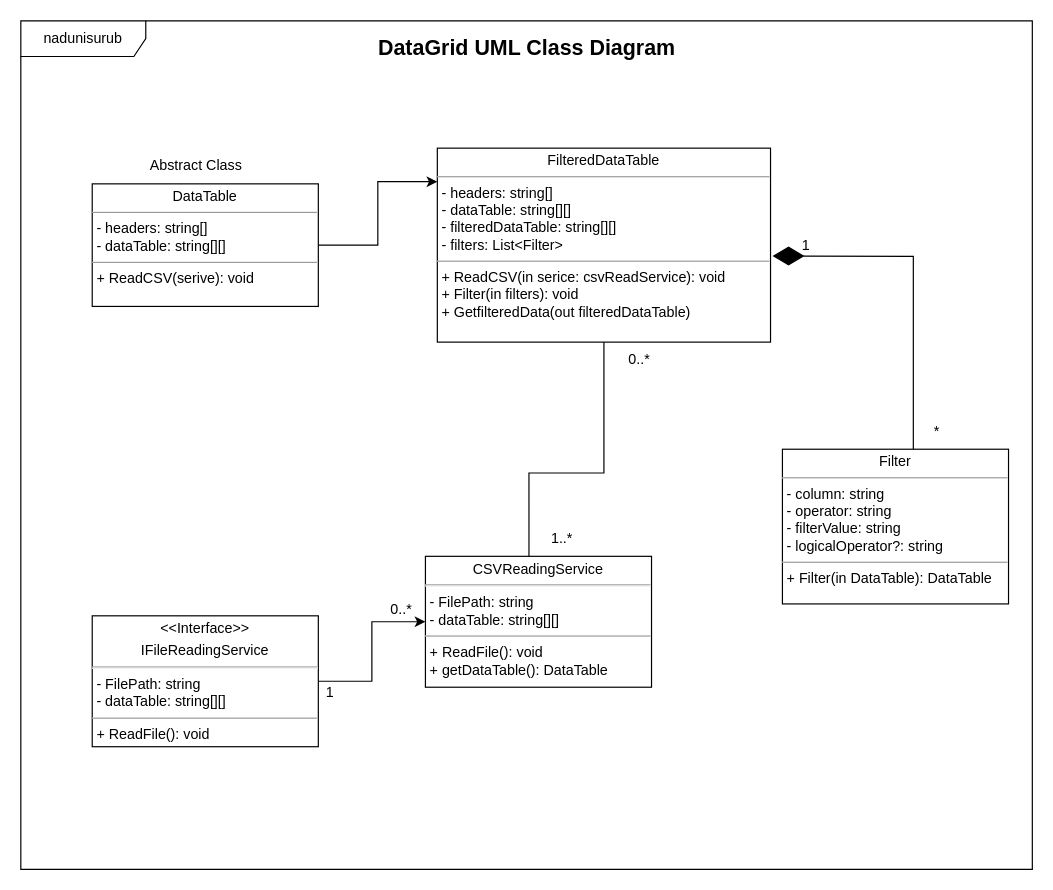
Above: DataGrid UML Class Diagram.drawio in NadunIsuruB/DataGrid (draw.io), before the change. Source tidied: cells renumbered, new cells numbered last; positions are measured from the earlier drawing's top-left corner, leaving out a move shared by most shapes. Both pictures are drawn from the tidied source at 119%, with x=0, y=0 at pixel (20, 20).
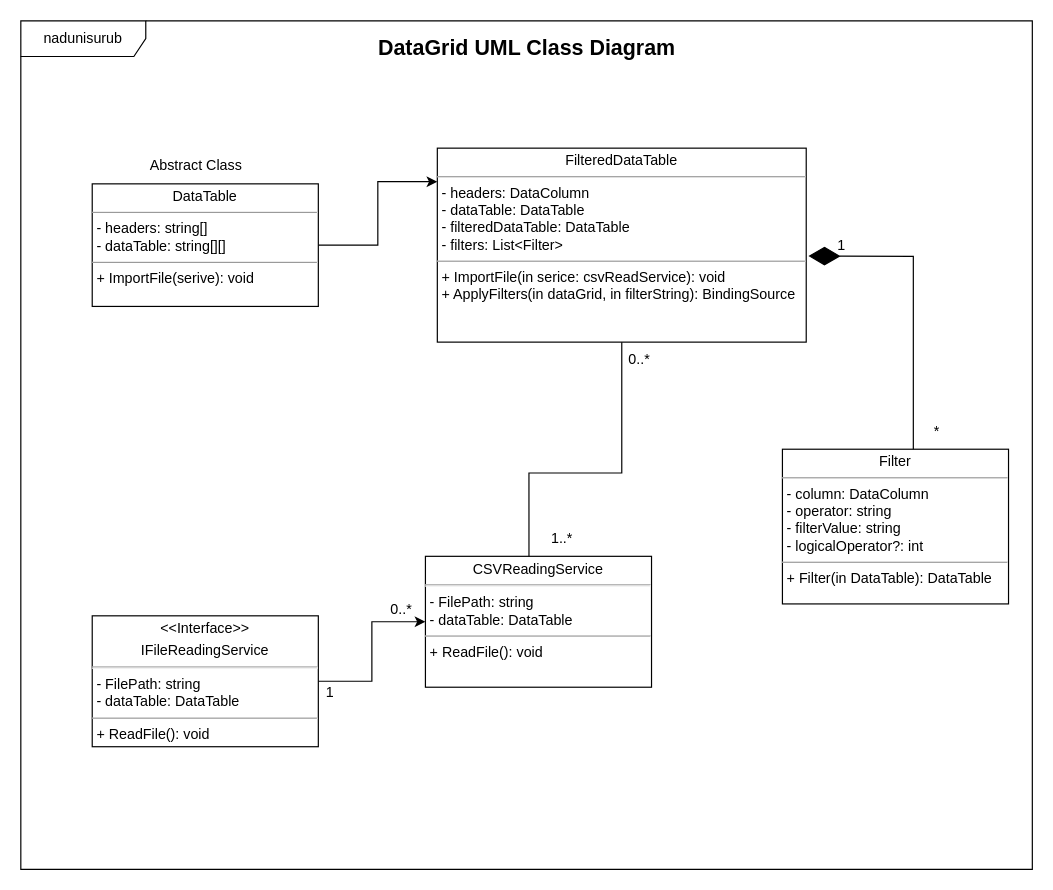
After the change.

Commit message (it also covers changes not shown here):
Added reset filter button

Diff of the diagram source:
```diff
@@
-    <mxCell id="3" value="&lt;p style=&quot;margin:0px;margin-top:4px;text-align:center;&quot;&gt;DataTable&lt;br&gt;&lt;/p&gt;&lt;hr size=&quot;1&quot;&gt;&lt;p style=&quot;margin:0px;margin-left:4px;&quot;&gt;- headers: string[]&lt;br&gt;- dataTable: string[][]&lt;/p&gt;&lt;hr size=&quot;1&quot;&gt;&lt;p style=&quot;margin:0px;margin-left:4px;&quot;&gt;+ ReadCSV(serive): void&lt;br&gt;&lt;/p&gt;" style="verticalAlign=top;align=left;overflow=fill;fontSize=12;fontFamily=Helvetica;html=1;rounded=0;shadow=0;comic=0;labelBackgroundColor=none;strokeWidth=1;" parent="1" vertex="1">
+    <mxCell id="3" value="&lt;p style=&quot;margin:0px;margin-top:4px;text-align:center;&quot;&gt;DataTable&lt;br&gt;&lt;/p&gt;&lt;hr size=&quot;1&quot;&gt;&lt;p style=&quot;margin:0px;margin-left:4px;&quot;&gt;- headers: string[]&lt;br&gt;- dataTable: string[][]&lt;/p&gt;&lt;hr size=&quot;1&quot;&gt;&lt;p style=&quot;margin:0px;margin-left:4px;&quot;&gt;+ ImportFile(serive): void&lt;br&gt;&lt;/p&gt;" style="verticalAlign=top;align=left;overflow=fill;fontSize=12;fontFamily=Helvetica;html=1;rounded=0;shadow=0;comic=0;labelBackgroundColor=none;strokeWidth=1;" parent="1" vertex="1">
       <mxGeometry x="60" y="137" width="190" height="103" as="geometry" />
     </mxCell>
@@
-    <mxCell id="5" value="&lt;p style=&quot;margin:0px;margin-top:4px;text-align:center;&quot;&gt;FilteredDataTable&lt;br&gt;&lt;/p&gt;&lt;hr size=&quot;1&quot;&gt;&lt;p style=&quot;margin:0px;margin-left:4px;&quot;&gt;- headers: string[]&lt;br&gt;- dataTable: string[][]&lt;/p&gt;&lt;p style=&quot;margin:0px;margin-left:4px;&quot;&gt;- filteredDataTable: string[][]&lt;/p&gt;&lt;p style=&quot;margin:0px;margin-left:4px;&quot;&gt;- filters: List&amp;lt;Filter&amp;gt;&lt;/p&gt;&lt;hr size=&quot;1&quot;&gt;&lt;p style=&quot;margin:0px;margin-left:4px;&quot;&gt;+ ReadCSV(in serice: csvReadService): void&lt;br&gt;&lt;/p&gt;&lt;p style=&quot;margin:0px;margin-left:4px;&quot;&gt;+ Filter(in filters): void&lt;/p&gt;&lt;p style=&quot;margin:0px;margin-left:4px;&quot;&gt;+ GetfilteredData(out filteredDataTable)&lt;/p&gt;" style="verticalAlign=top;align=left;overflow=fill;fontSize=12;fontFamily=Helvetica;html=1;rounded=0;shadow=0;comic=0;labelBackgroundColor=none;strokeWidth=1;" parent="1" vertex="1">
-      <mxGeometry x="350" y="107" width="280" height="163" as="geometry" />
+    <mxCell id="5" value="&lt;p style=&quot;margin:0px;margin-top:4px;text-align:center;&quot;&gt;FilteredDataTable&lt;br&gt;&lt;/p&gt;&lt;hr size=&quot;1&quot;&gt;&lt;p style=&quot;margin:0px;margin-left:4px;&quot;&gt;- headers: DataColumn&lt;br&gt;- dataTable: DataTable&lt;/p&gt;&lt;p style=&quot;margin:0px;margin-left:4px;&quot;&gt;- filteredDataTable: DataTable&lt;/p&gt;&lt;p style=&quot;margin:0px;margin-left:4px;&quot;&gt;- filters: List&amp;lt;Filter&amp;gt;&lt;/p&gt;&lt;hr size=&quot;1&quot;&gt;&lt;p style=&quot;margin:0px;margin-left:4px;&quot;&gt;+ ImportFile(in serice: csvReadService): void&lt;br&gt;&lt;/p&gt;&lt;p style=&quot;margin:0px;margin-left:4px;&quot;&gt;+ ApplyFilters(in dataGrid, in filterString): BindingSource&lt;/p&gt;" style="verticalAlign=top;align=left;overflow=fill;fontSize=12;fontFamily=Helvetica;html=1;rounded=0;shadow=0;comic=0;labelBackgroundColor=none;strokeWidth=1;" parent="1" vertex="1">
+      <mxGeometry x="350" y="107" width="310" height="163" as="geometry" />
     </mxCell>
-    <mxCell id="6" value="&lt;p style=&quot;margin:0px;margin-top:4px;text-align:center;&quot;&gt;Filter&lt;br&gt;&lt;/p&gt;&lt;hr size=&quot;1&quot;&gt;&lt;p style=&quot;margin:0px;margin-left:4px;&quot;&gt;- column: string&lt;/p&gt;&lt;p style=&quot;margin:0px;margin-left:4px;&quot;&gt;- operator: string&lt;/p&gt;&lt;p style=&quot;margin:0px;margin-left:4px;&quot;&gt;- filterValue: string&lt;/p&gt;&lt;p style=&quot;margin:0px;margin-left:4px;&quot;&gt;- logicalOperator?: string&lt;/p&gt;&lt;hr size=&quot;1&quot;&gt;&lt;p style=&quot;margin:0px;margin-left:4px;&quot;&gt;&lt;span style=&quot;background-color: initial;&quot;&gt;+ Filter(in DataTable): DataTable&lt;/span&gt;&lt;br&gt;&lt;/p&gt;" style="verticalAlign=top;align=left;overflow=fill;fontSize=12;fontFamily=Helvetica;html=1;rounded=0;shadow=0;comic=0;labelBackgroundColor=none;strokeWidth=1;" parent="1" vertex="1">
+    <mxCell id="6" value="&lt;p style=&quot;margin:0px;margin-top:4px;text-align:center;&quot;&gt;Filter&lt;br&gt;&lt;/p&gt;&lt;hr size=&quot;1&quot;&gt;&lt;p style=&quot;margin:0px;margin-left:4px;&quot;&gt;- column: DataColumn&lt;/p&gt;&lt;p style=&quot;margin:0px;margin-left:4px;&quot;&gt;- operator: string&lt;/p&gt;&lt;p style=&quot;margin:0px;margin-left:4px;&quot;&gt;- filterValue: string&lt;/p&gt;&lt;p style=&quot;margin:0px;margin-left:4px;&quot;&gt;- logicalOperator?: int&lt;/p&gt;&lt;hr size=&quot;1&quot;&gt;&lt;p style=&quot;margin:0px;margin-left:4px;&quot;&gt;&lt;span style=&quot;background-color: initial;&quot;&gt;+ Filter(in DataTable): DataTable&lt;/span&gt;&lt;br&gt;&lt;/p&gt;" style="verticalAlign=top;align=left;overflow=fill;fontSize=12;fontFamily=Helvetica;html=1;rounded=0;shadow=0;comic=0;labelBackgroundColor=none;strokeWidth=1;" parent="1" vertex="1">
       <mxGeometry x="640" y="360" width="190" height="130" as="geometry" />
     </mxCell>
@@
-    <mxCell id="9" value="&lt;p style=&quot;margin:0px;margin-top:4px;text-align:center;&quot;&gt;&amp;lt;&amp;lt;Interface&amp;gt;&amp;gt;&lt;/p&gt;&lt;p style=&quot;margin:0px;margin-top:4px;text-align:center;&quot;&gt;IFileReadingService&lt;/p&gt;&lt;hr&gt;&lt;p style=&quot;margin:0px;margin-left:4px;&quot;&gt;- FilePath: string&lt;br&gt;- dataTable: string[][]&lt;/p&gt;&lt;hr size=&quot;1&quot;&gt;&lt;p style=&quot;margin:0px;margin-left:4px;&quot;&gt;+ ReadFile(): void&lt;br&gt;&lt;/p&gt;" style="verticalAlign=top;align=left;overflow=fill;fontSize=12;fontFamily=Helvetica;html=1;rounded=0;shadow=0;comic=0;labelBackgroundColor=none;strokeWidth=1;" parent="1" vertex="1">
+    <mxCell id="9" value="&lt;p style=&quot;margin:0px;margin-top:4px;text-align:center;&quot;&gt;&amp;lt;&amp;lt;Interface&amp;gt;&amp;gt;&lt;/p&gt;&lt;p style=&quot;margin:0px;margin-top:4px;text-align:center;&quot;&gt;IFileReadingService&lt;/p&gt;&lt;hr&gt;&lt;p style=&quot;margin:0px;margin-left:4px;&quot;&gt;- FilePath: string&lt;br&gt;- dataTable: DataTable&lt;/p&gt;&lt;hr size=&quot;1&quot;&gt;&lt;p style=&quot;margin:0px;margin-left:4px;&quot;&gt;+ ReadFile(): void&lt;br&gt;&lt;/p&gt;" style="verticalAlign=top;align=left;overflow=fill;fontSize=12;fontFamily=Helvetica;html=1;rounded=0;shadow=0;comic=0;labelBackgroundColor=none;strokeWidth=1;" parent="1" vertex="1">
       <mxGeometry x="60" y="500" width="190" height="110" as="geometry" />
     </mxCell>
-    <mxCell id="10" value="&lt;p style=&quot;margin:0px;margin-top:4px;text-align:center;&quot;&gt;&lt;span style=&quot;background-color: initial;&quot;&gt;CSVReadingService&lt;/span&gt;&lt;br&gt;&lt;/p&gt;&lt;hr&gt;&lt;p style=&quot;margin:0px;margin-left:4px;&quot;&gt;- FilePath: string&lt;br&gt;- dataTable: string[][]&lt;/p&gt;&lt;hr size=&quot;1&quot;&gt;&lt;p style=&quot;margin:0px;margin-left:4px;&quot;&gt;+ ReadFile(): void&lt;br&gt;&lt;/p&gt;&lt;p style=&quot;margin:0px;margin-left:4px;&quot;&gt;+ getDataTable(): DataTable&lt;/p&gt;" style="verticalAlign=top;align=left;overflow=fill;fontSize=12;fontFamily=Helvetica;html=1;rounded=0;shadow=0;comic=0;labelBackgroundColor=none;strokeWidth=1;" parent="1" vertex="1">
+    <mxCell id="10" value="&lt;p style=&quot;margin:0px;margin-top:4px;text-align:center;&quot;&gt;&lt;span style=&quot;background-color: initial;&quot;&gt;CSVReadingService&lt;/span&gt;&lt;br&gt;&lt;/p&gt;&lt;hr&gt;&lt;p style=&quot;margin:0px;margin-left:4px;&quot;&gt;- FilePath: string&lt;br&gt;- dataTable: DataTable&lt;/p&gt;&lt;hr size=&quot;1&quot;&gt;&lt;p style=&quot;margin:0px;margin-left:4px;&quot;&gt;+ ReadFile(): void&lt;/p&gt;" style="verticalAlign=top;align=left;overflow=fill;fontSize=12;fontFamily=Helvetica;html=1;rounded=0;shadow=0;comic=0;labelBackgroundColor=none;strokeWidth=1;" parent="1" vertex="1">
       <mxGeometry x="340" y="450" width="190" height="110" as="geometry" />
     </mxCell>
     <mxCell id="11" style="endArrow=none;html=1;rounded=0;exitX=0.458;exitY=0;exitDx=0;exitDy=0;exitPerimeter=0;" parent="1" edge="1" source="10" target="5">
       <mxGeometry relative="1" as="geometry">
         <Array as="points">
           <mxPoint x="427" y="380" />
-          <mxPoint x="490" y="380" />
+          <mxPoint x="505" y="380" />
         </Array>
       </mxGeometry>
     </mxCell>
@@
     <mxCell id="14" value="1" style="text;html=1;strokeColor=none;fillColor=none;align=center;verticalAlign=middle;whiteSpace=wrap;rounded=0;" parent="1" vertex="1">
-      <mxGeometry x="630" y="173.5" width="60" height="30" as="geometry" />
+      <mxGeometry x="660" y="173.5" width="60" height="30" as="geometry" />
     </mxCell>
```
